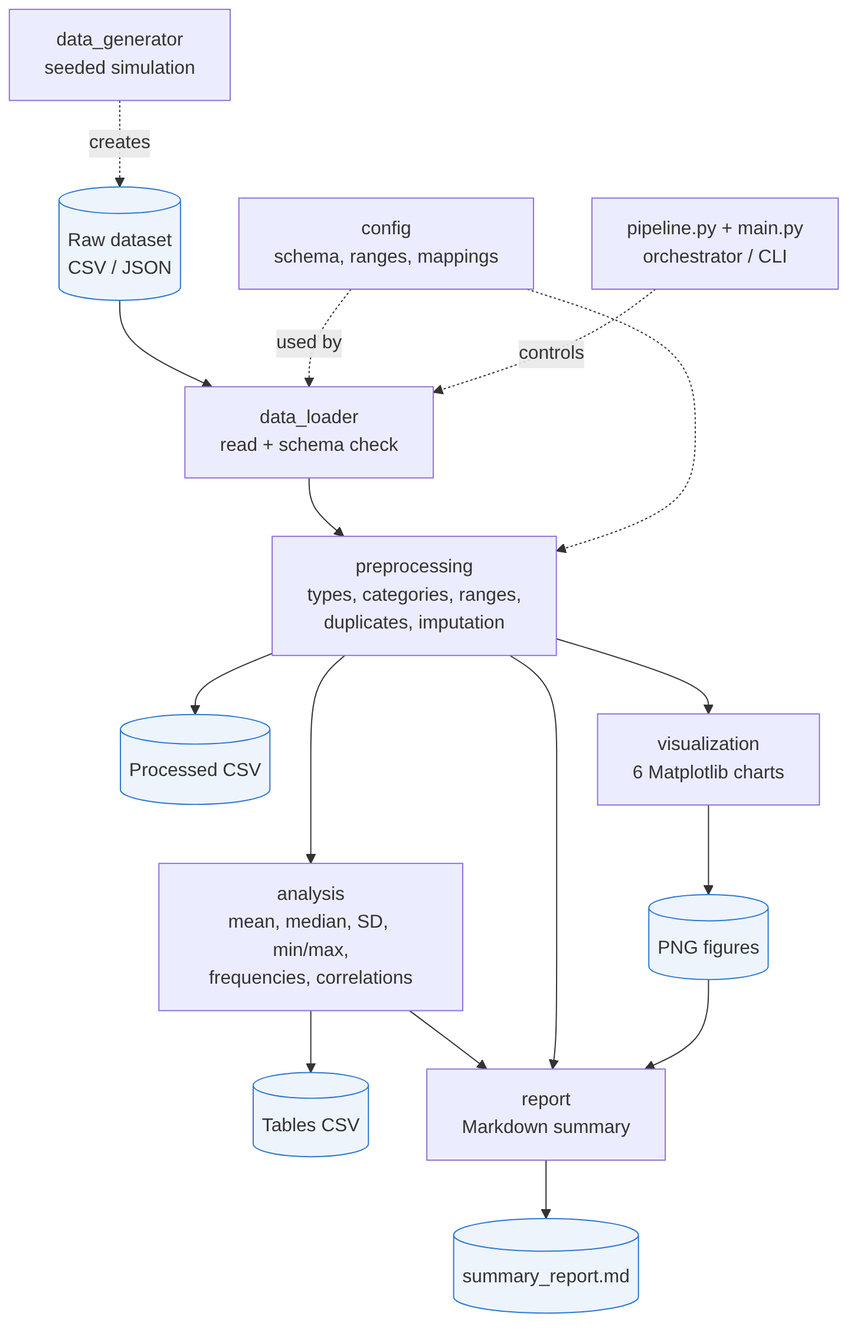
Above: docs/images/architecture.png in tnsheoran-tech/health-data-analyzer (Mermaid), before the change. Its source is kept beside it as docs/images/architecture.mmd.
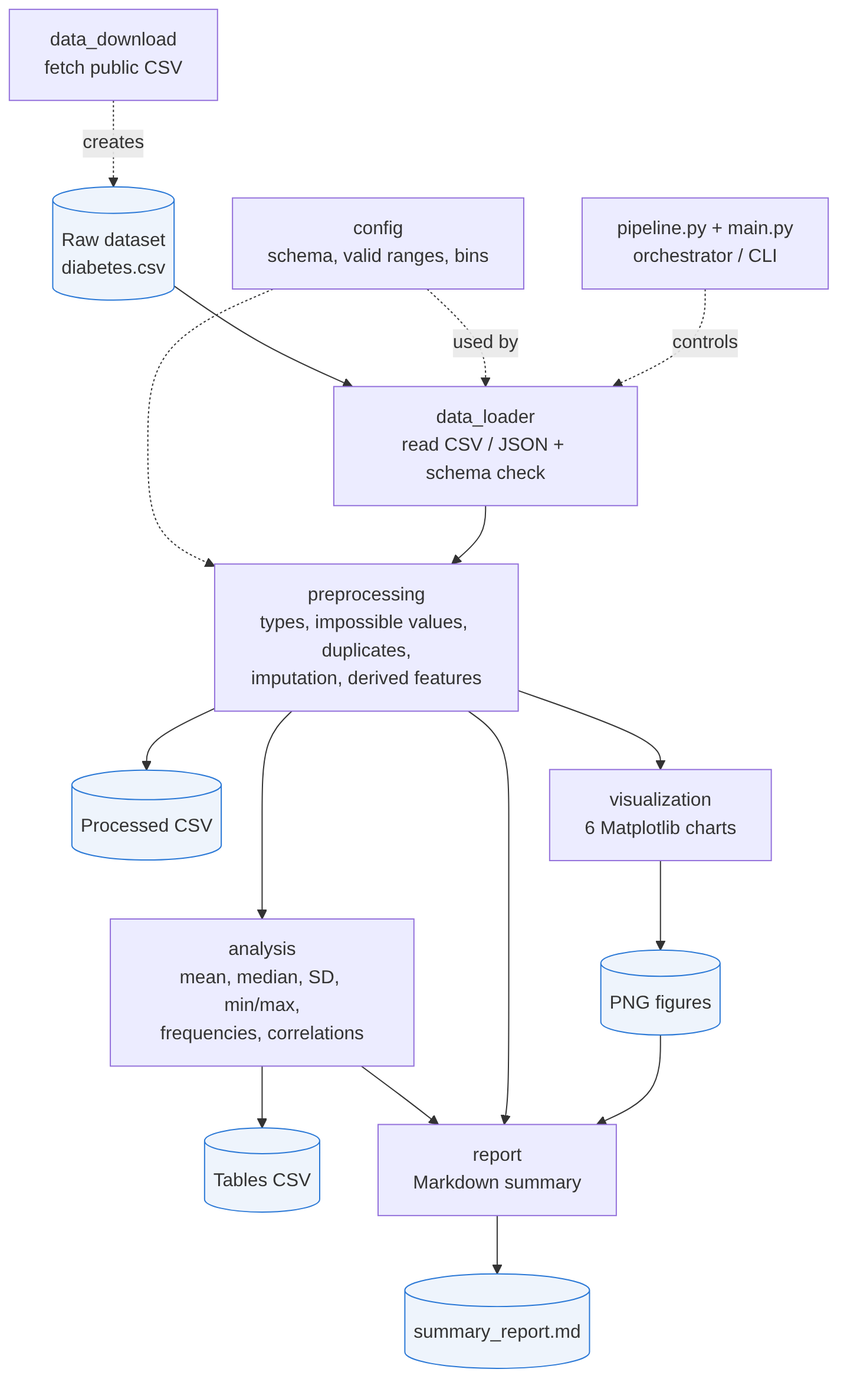
The same diagram one commit later.

The edit, as a diff of the source:
```diff
@@ -1,18 +1,18 @@
 flowchart TB
-    A[("Raw dataset<br/>CSV / JSON")] --> B["data_loader<br/>read + schema check"]
-    G["data_generator<br/>seeded simulation"] -.creates.-> A
-    B --> C["preprocessing<br/>types, categories, ranges,<br/>duplicates, imputation"]
+    DL["data_download<br/>fetch public CSV"] -.creates.-> A[("Raw dataset<br/>diabetes.csv")]
+    A --> B["data_loader<br/>read CSV / JSON + schema check"]
+    CFG["config<br/>schema, valid ranges, bins"] -.used by.-> B
+    CFG -.-> C
+    PL["pipeline.py + main.py<br/>orchestrator / CLI"] -.controls.-> B
+    B --> C["preprocessing<br/>types, impossible values, duplicates,<br/>imputation, derived features"]
+    C --> P[("Processed CSV")]
     C --> D["analysis<br/>mean, median, SD, min/max,<br/>frequencies, correlations"]
-    C --> P[("Processed CSV")]
+    C --> V["visualization<br/>6 Matplotlib charts"]
     D --> T[("Tables CSV")]
-    C --> V["visualization<br/>6 Matplotlib charts"]
     V --> F[("PNG figures")]
     D --> R["report<br/>Markdown summary"]
     C --> R
     F --> R
     R --> O[("summary_report.md")]
-    CFG["config<br/>schema, ranges, mappings"] -.used by.-> B
-    CFG -.-> C
-    PL["pipeline.py + main.py<br/>orchestrator / CLI"] -.controls.-> B
     classDef store fill:#eef4fc,stroke:#2a78d6;
     class A,P,T,F,O store;
```
